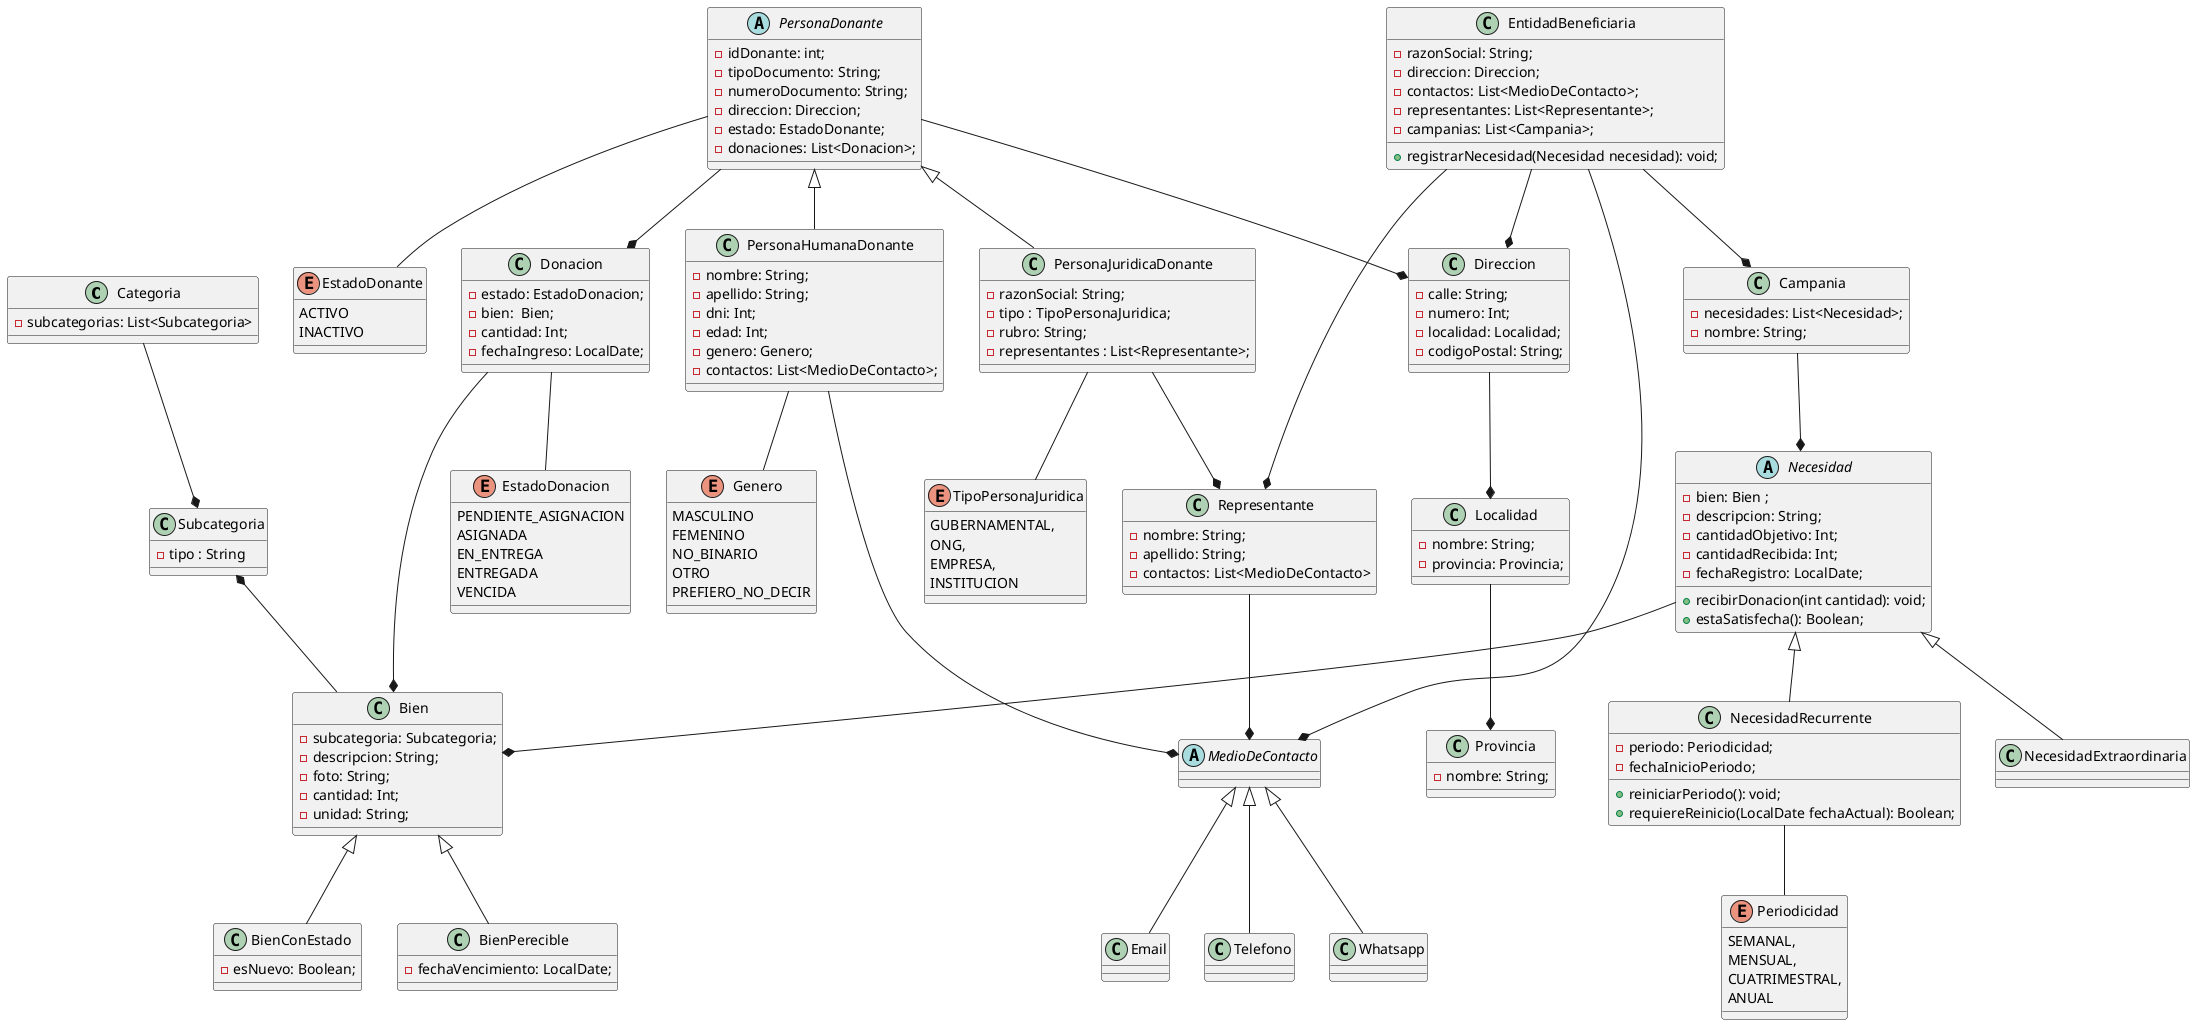
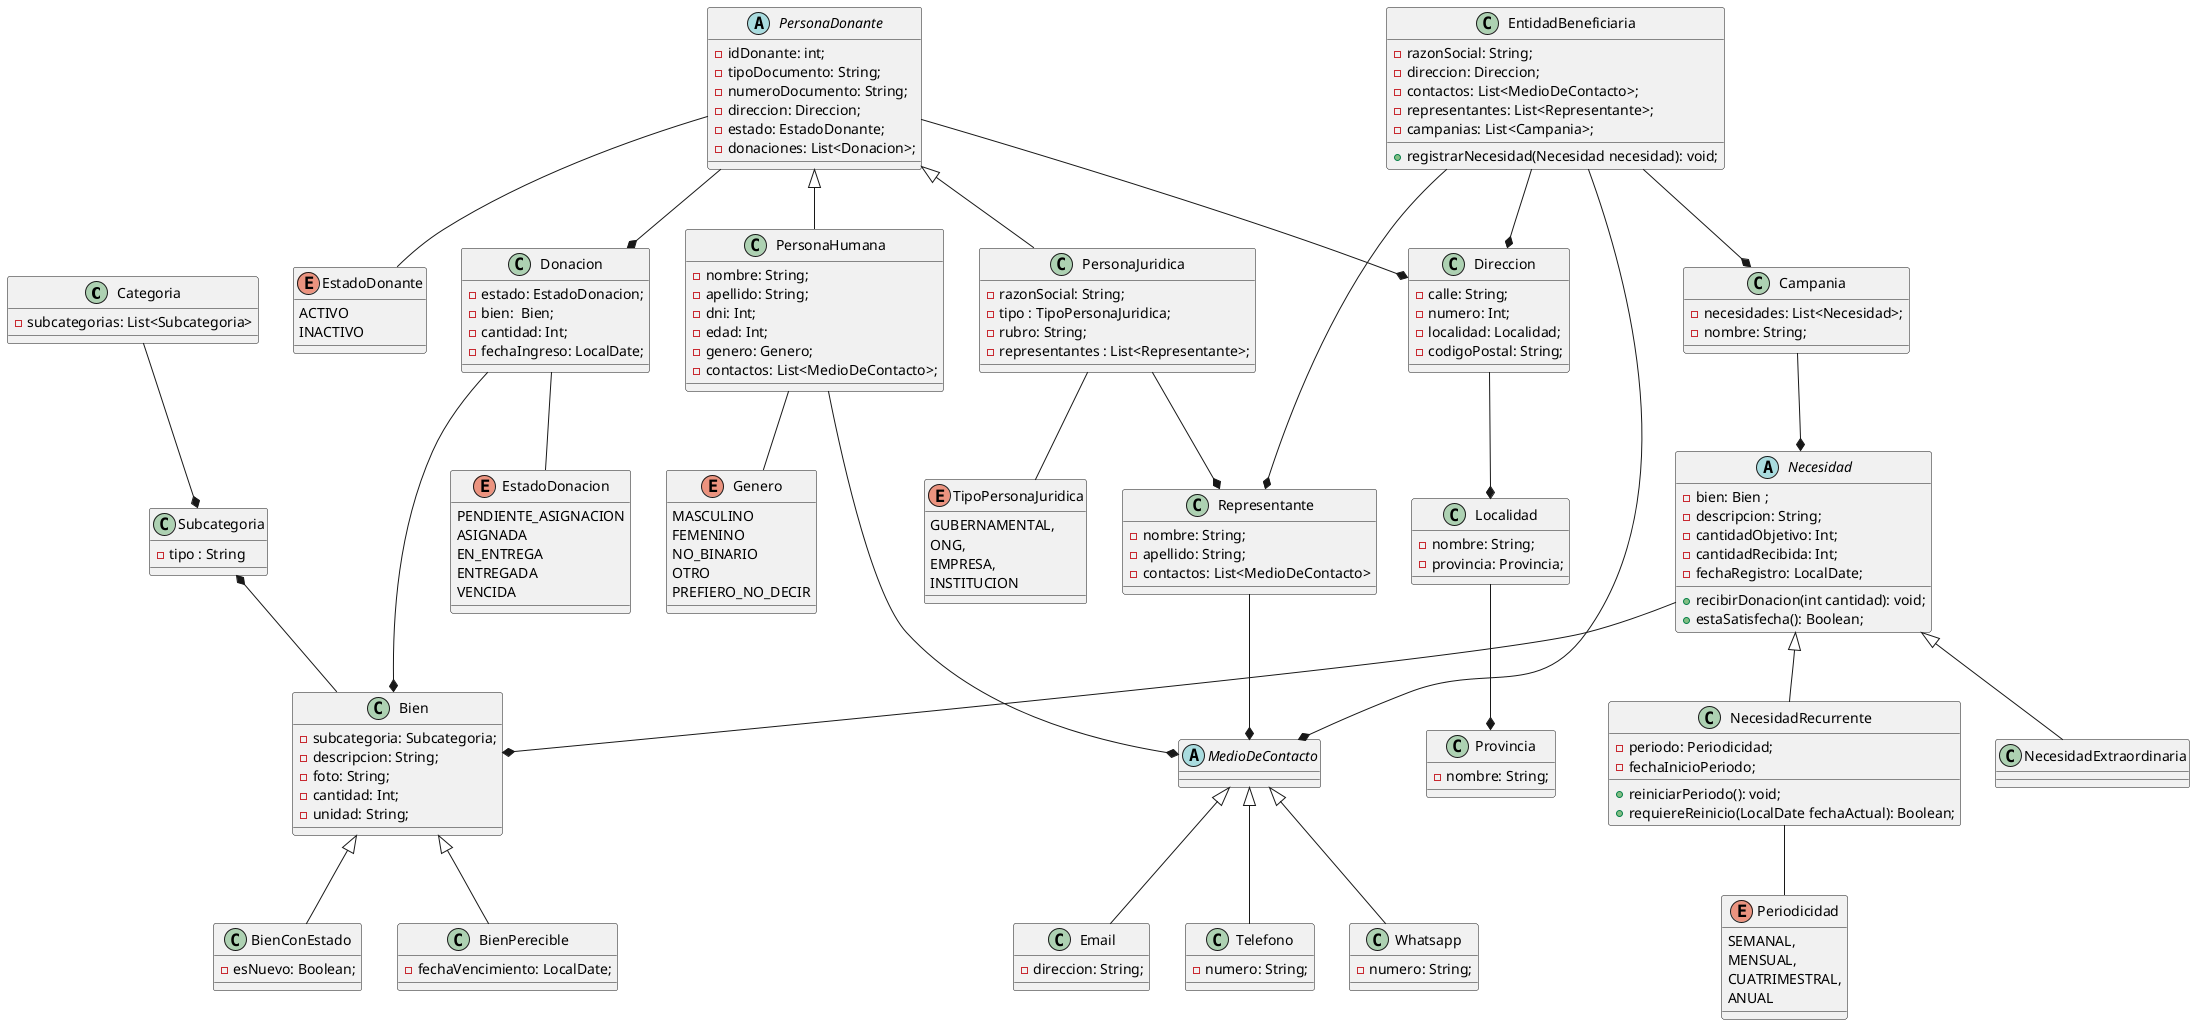
@startuml diagrama-De-Clases

class Categoria{
  - subcategorias: List<Subcategoria>
}

class Subcategoria{
  - tipo : String
}

abstract class MedioDeContacto{

}

class Email{
- 
+     - direccion: String;
}

class Telefono{
- 
+     - numero: String;
}

class Whatsapp{
+     - numero: String;
}

class Bien{
    - subcategoria: Subcategoria;
    - descripcion: String;
    - foto: String;
    - cantidad: Int;
    - unidad: String;
}

class BienConEstado{
    - esNuevo: Boolean;
}

class BienPerecible{
    - fechaVencimiento: LocalDate;
}

class Donacion{
    - estado: EstadoDonacion;
    - bien:  Bien;
    - cantidad: Int;
    - fechaIngreso: LocalDate;
}

enum EstadoDonacion{
    PENDIENTE_ASIGNACION
    ASIGNADA
    EN_ENTREGA
    ENTREGADA
    VENCIDA
}

enum EstadoDonante{
    ACTIVO
    INACTIVO
}

enum Genero{
    MASCULINO
    FEMENINO
    NO_BINARIO
    OTRO
    PREFIERO_NO_DECIR
}

abstract class PersonaDonante{
    - idDonante: int;
    - tipoDocumento: String;
    - numeroDocumento: String;
    - direccion: Direccion;
    - estado: EstadoDonante;
    - donaciones: List<Donacion>;
}

- class PersonaHumanaDonante{
+ class PersonaHumana{
    - nombre: String;
    - apellido: String;
    - dni: Int;
    - edad: Int;
    - genero: Genero;
    - contactos: List<MedioDeContacto>;
}

- class PersonaJuridicaDonante{
+ class PersonaJuridica{
    - razonSocial: String;
    - tipo : TipoPersonaJuridica;
    - rubro: String;
    - representantes : List<Representante>;
}

class Representante{
    - nombre: String;
    - apellido: String;
    - contactos: List<MedioDeContacto>
}

enum TipoPersonaJuridica {
    GUBERNAMENTAL,
    ONG,
    EMPRESA,
    INSTITUCION
}

class Direccion{
    - calle: String;
    - numero: Int;
    - localidad: Localidad;
    - codigoPostal: String;
}

class Localidad{
- nombre: String;
- provincia: Provincia;
}

class Provincia{
- nombre: String;
}

class EntidadBeneficiaria{
    - razonSocial: String;
    - direccion: Direccion;
    - contactos: List<MedioDeContacto>;
    - representantes: List<Representante>;
    - campanias: List<Campania>;

    + registrarNecesidad(Necesidad necesidad): void;
}

abstract class Necesidad{
    - bien: Bien ;
    - descripcion: String;
    - cantidadObjetivo: Int;
    - cantidadRecibida: Int;
    - fechaRegistro: LocalDate;

    + recibirDonacion(int cantidad): void;
    + estaSatisfecha(): Boolean;
}

class NecesidadExtraordinaria{

}

class NecesidadRecurrente{
    - periodo: Periodicidad;
    - fechaInicioPeriodo;

    + reiniciarPeriodo(): void;
    + requiereReinicio(LocalDate fechaActual): Boolean;
}

enum Periodicidad{
    SEMANAL,
    MENSUAL,
    CUATRIMESTRAL,
    ANUAL
}

class Campania{
    - necesidades: List<Necesidad>;
    - nombre: String;
}

Campania --* Necesidad


Bien <|-- BienConEstado
Bien <|-- BienPerecible


Donacion --* Bien
Donacion -- EstadoDonacion


- PersonaDonante <|-- PersonaHumanaDonante
- PersonaDonante <|-- PersonaJuridicaDonante
- PersonaHumanaDonante --* MedioDeContacto
+ PersonaDonante <|-- PersonaHumana
+ PersonaDonante <|-- PersonaJuridica
+ PersonaHumana --* MedioDeContacto
PersonaDonante --* Direccion
PersonaDonante -- EstadoDonante
PersonaDonante --* Donacion

MedioDeContacto <|-- Email
MedioDeContacto <|-- Telefono
MedioDeContacto <|-- Whatsapp

Representante --* MedioDeContacto

Necesidad <|-- NecesidadExtraordinaria
Necesidad <|-- NecesidadRecurrente
Necesidad --* Bien


NecesidadRecurrente -- Periodicidad

- PersonaJuridicaDonante -- TipoPersonaJuridica
- PersonaJuridicaDonante --* Representante
- 
- PersonaHumanaDonante -- Genero
+ PersonaJuridica -- TipoPersonaJuridica
+ PersonaJuridica --* Representante
+ 
+ PersonaHumana -- Genero

EntidadBeneficiaria --* Direccion
EntidadBeneficiaria --* Representante
EntidadBeneficiaria --* MedioDeContacto
EntidadBeneficiaria --* Campania

Direccion --* Localidad
Localidad --* Provincia

Categoria --* Subcategoria
Subcategoria *-- Bien

@enduml